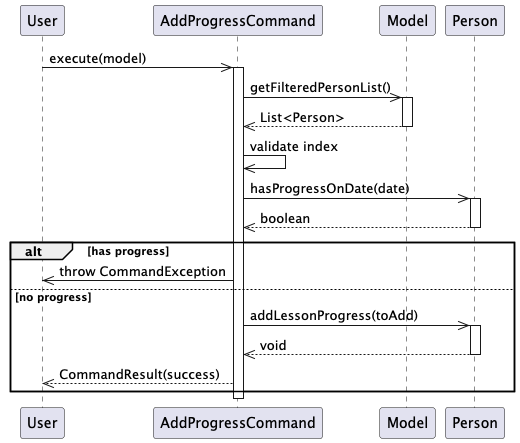
This is docs/images/AddProgressSequenceDiagram.png from Cheeden/tp, a PlantUML export, as it was before one commit. Its diagram source:
```plantuml
@startuml
participant User
participant AddProgressCommand
participant Model
participant Person

User ->> AddProgressCommand: execute(model)
activate AddProgressCommand

AddProgressCommand ->> Model: getFilteredPersonList()
activate Model
Model -->> AddProgressCommand: List<Person>
deactivate Model

AddProgressCommand ->> AddProgressCommand: validate index
AddProgressCommand ->> Person: hasProgressOnDate(date)
activate Person
Person -->> AddProgressCommand: boolean
deactivate Person

alt has progress
    AddProgressCommand ->> User: throw CommandException
else no progress
    AddProgressCommand ->> Person: addLessonProgress(toAdd)
    activate Person
    Person -->> AddProgressCommand: void
    deactivate Person

    AddProgressCommand -->> User: CommandResult(success)
end

deactivate AddProgressCommand
@enduml
```
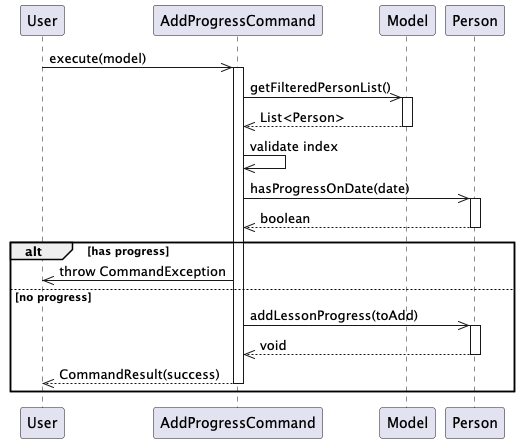
The same diagram one commit later.

Change to the diagram source:
```diff
@@ -27,7 +27,6 @@
     deactivate Person
 
     AddProgressCommand -->> User: CommandResult(success)
+    deactivate AddProgressCommand
 end
-
-deactivate AddProgressCommand
 @enduml
```
